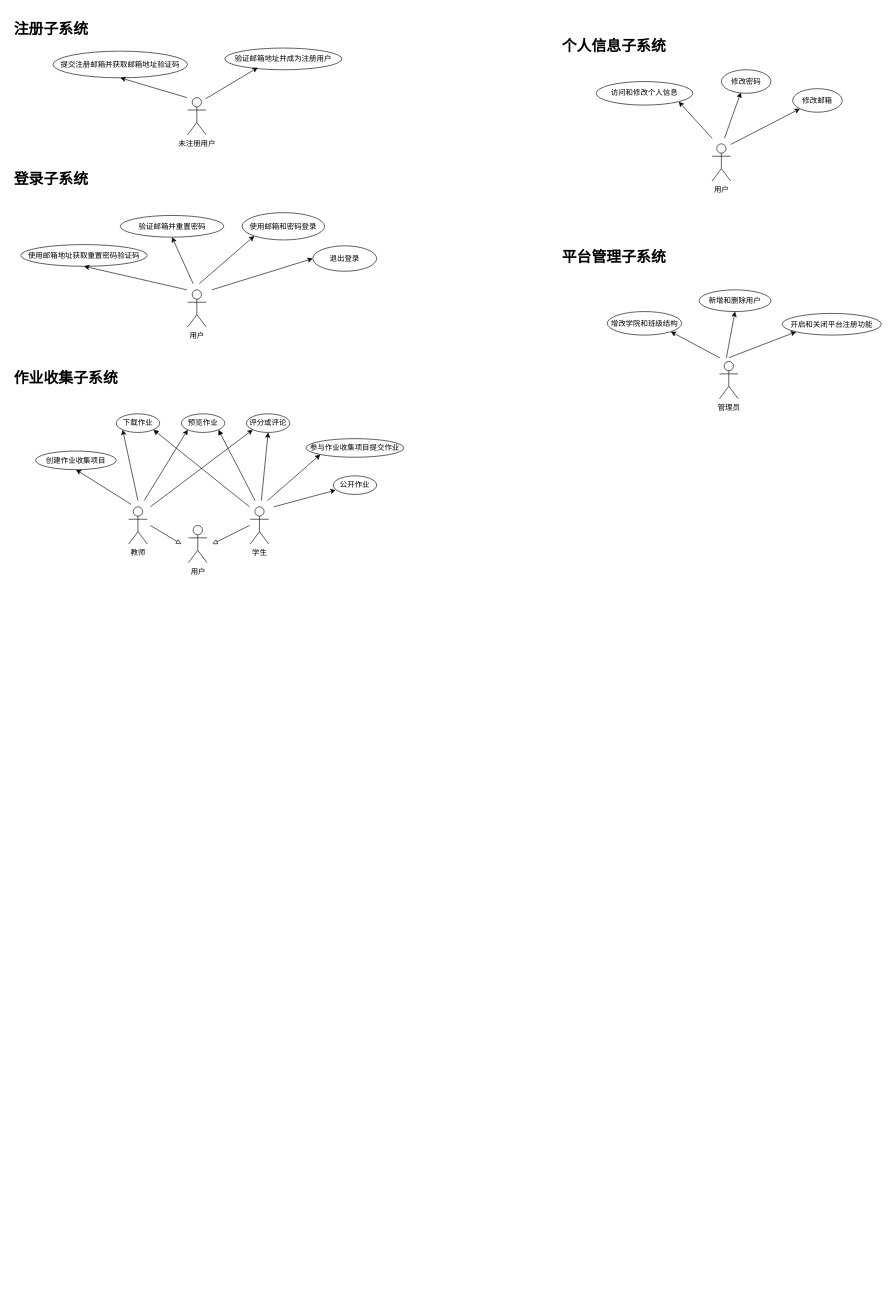
super-dash/paperstack-design keeps this draw.io diagram as page "用例图" (2 of 5) of 需求分析文档/UML图.drawio. Above is the earlier version. Source tidied: cells renumbered, new cells numbered last; positions are measured from the earlier drawing's top-left corner, leaving out a move shared by most shapes. Both pictures are drawn from the tidied source at 62%, with x=0, y=0 at pixel (11, 17).
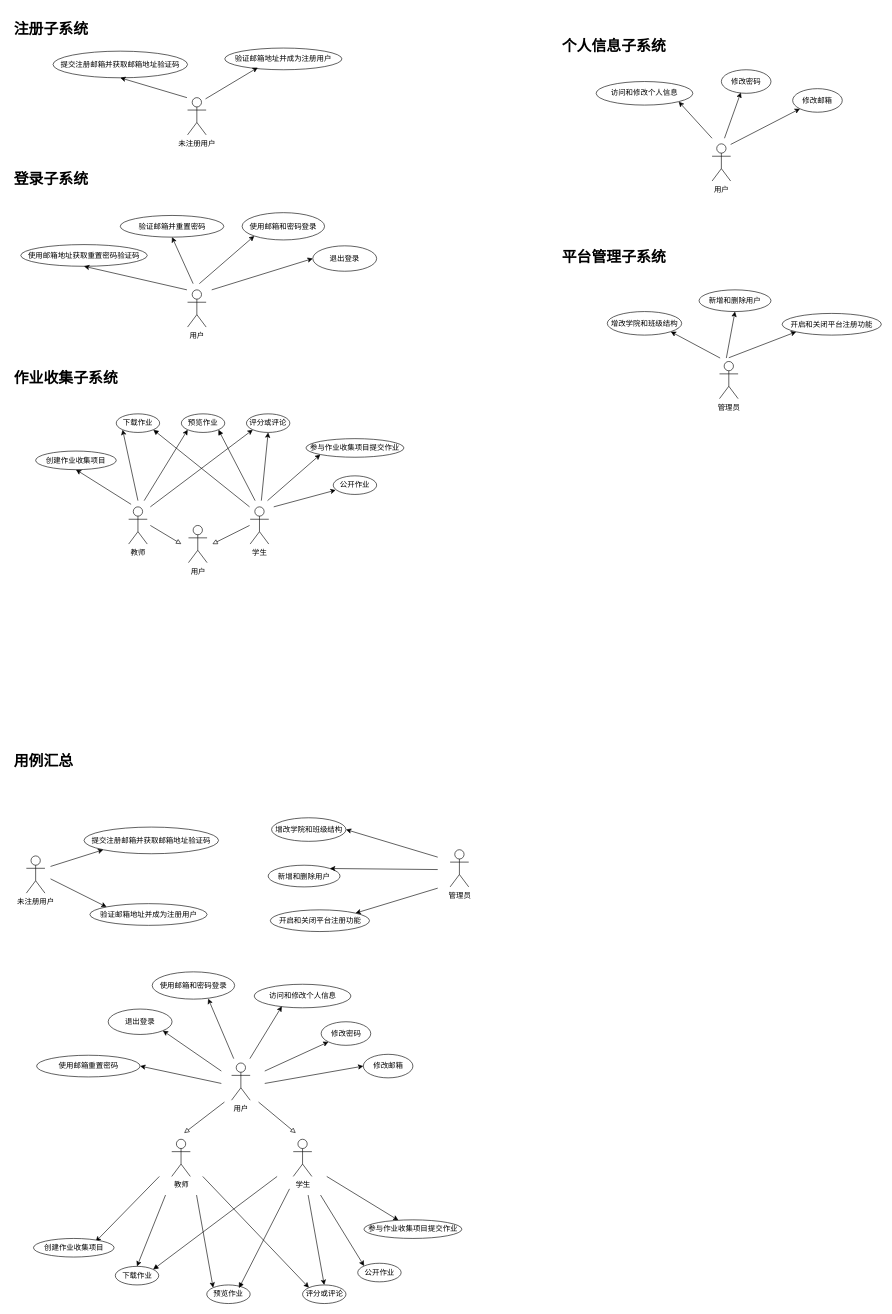
Above is the later version.

Commit message:
新增用例汇总

The edit, as a diff of the source:
```diff
@@
+    <mxCell id="55" value="&lt;h1&gt;用例汇总&lt;/h1&gt;" style="text;html=1;strokeColor=none;fillColor=none;spacing=5;spacingTop=-20;whiteSpace=wrap;overflow=hidden;rounded=0;" parent="1" vertex="1">
+      <mxGeometry y="1180" width="190" height="46" as="geometry" />
+    </mxCell>
+    <mxCell id="56" value="未注册用户" style="shape=umlActor;verticalLabelPosition=bottom;labelBackgroundColor=#ffffff;verticalAlign=top;html=1;" parent="1" vertex="1">
+      <mxGeometry x="25" y="1353" width="30" height="60" as="geometry" />
+    </mxCell>
+    <mxCell id="57" value="提交注册邮箱并获取邮箱地址验证码" style="ellipse;whiteSpace=wrap;html=1;" parent="1" vertex="1">
+      <mxGeometry x="118" y="1306.5" width="217" height="43" as="geometry" />
+    </mxCell>
+    <mxCell id="58" style="endArrow=classic;endSize=6;html=1;endFill=1;entryX=0;entryY=1;entryDx=0;entryDy=0;" parent="1" edge="1" target="57">
+      <mxGeometry x="0.08" y="-15" relative="1" as="geometry">
+        <mxPoint x="64" y="1370" as="sourcePoint" />
+      </mxGeometry>
+    </mxCell>
+    <mxCell id="59" value="验证邮箱地址并成为注册用户" style="ellipse;whiteSpace=wrap;html=1;align=center;" parent="1" vertex="1">
+      <mxGeometry x="127.5" y="1430" width="189" height="35" as="geometry" />
+    </mxCell>
+    <mxCell id="60" style="endArrow=classic;endSize=6;html=1;endFill=1;entryX=0;entryY=0;entryDx=0;entryDy=0;" parent="1" edge="1" target="59">
+      <mxGeometry x="0.08" y="-15" relative="1" as="geometry">
+        <mxPoint x="64" y="1390" as="sourcePoint" />
+      </mxGeometry>
+    </mxCell>
+    <mxCell id="61" style="rounded=0;jettySize=auto;html=1;entryX=0.679;entryY=0.984;entryDx=0;entryDy=0;endArrow=classic;endFill=1;entryPerimeter=0;" parent="1" edge="1" target="62">
+      <mxGeometry relative="1" as="geometry">
+        <mxPoint x="359.5" y="1680" as="sourcePoint" />
+      </mxGeometry>
+    </mxCell>
+    <mxCell id="62" value="使用邮箱和密码登录" style="ellipse;whiteSpace=wrap;html=1;" parent="1" vertex="1">
+      <mxGeometry x="228" y="1540" width="133" height="44" as="geometry" />
+    </mxCell>
+    <mxCell id="63" value="使用邮箱重置密码" style="ellipse;whiteSpace=wrap;html=1;" parent="1" vertex="1">
+      <mxGeometry x="41.5" y="1674.5" width="167" height="35" as="geometry" />
+    </mxCell>
+    <mxCell id="64" style="rounded=0;jettySize=auto;html=1;entryX=1;entryY=0.5;entryDx=0;entryDy=0;endArrow=classic;endFill=1;" parent="1" edge="1" target="63">
+      <mxGeometry relative="1" as="geometry">
+        <mxPoint x="339.5" y="1720" as="sourcePoint" />
+      </mxGeometry>
+    </mxCell>
+    <mxCell id="65" value="退出登录" style="ellipse;whiteSpace=wrap;html=1;" parent="1" vertex="1">
+      <mxGeometry x="157" y="1600" width="103" height="41" as="geometry" />
+    </mxCell>
+    <mxCell id="66" style="rounded=0;jettySize=auto;html=1;entryX=1;entryY=1;entryDx=0;entryDy=0;endArrow=classic;endFill=1;" parent="1" edge="1" target="65">
+      <mxGeometry relative="1" as="geometry">
+        <mxPoint x="339.5" y="1700" as="sourcePoint" />
+      </mxGeometry>
+    </mxCell>
+    <mxCell id="67" value="访问和修改个人信息" style="ellipse;whiteSpace=wrap;html=1;" parent="1" vertex="1">
+      <mxGeometry x="392.5" y="1560" width="156" height="38" as="geometry" />
+    </mxCell>
+    <mxCell id="68" style="endArrow=classic;html=1;entryX=0.286;entryY=0.936;entryDx=0;entryDy=0;entryPerimeter=0;" parent="1" edge="1" target="67">
+      <mxGeometry relative="1" as="geometry">
+        <mxPoint x="385.5" y="1680" as="sourcePoint" />
+      </mxGeometry>
+    </mxCell>
+    <mxCell id="69" value="修改密码" style="ellipse;whiteSpace=wrap;html=1;" parent="1" vertex="1">
+      <mxGeometry x="500.5" y="1620.5" width="80" height="38" as="geometry" />
+    </mxCell>
+    <mxCell id="70" style="endArrow=classic;html=1;entryX=0;entryY=1;entryDx=0;entryDy=0;" parent="1" edge="1" target="69">
+      <mxGeometry relative="1" as="geometry">
+        <mxPoint x="409.5" y="1700" as="sourcePoint" />
+      </mxGeometry>
+    </mxCell>
+    <mxCell id="71" value="修改邮箱" style="ellipse;whiteSpace=wrap;html=1;" parent="1" vertex="1">
+      <mxGeometry x="568.5" y="1673" width="80" height="38" as="geometry" />
+    </mxCell>
+    <mxCell id="72" style="endArrow=classic;html=1;entryX=0;entryY=0.5;entryDx=0;entryDy=0;" parent="1" edge="1" target="71">
+      <mxGeometry relative="1" as="geometry">
+        <mxPoint x="409.5" y="1720" as="sourcePoint" />
+      </mxGeometry>
+    </mxCell>
+    <mxCell id="73" style="rounded=0;jettySize=auto;html=1;entryX=1;entryY=0;entryDx=0;entryDy=0;" parent="1" edge="1" target="77">
+      <mxGeometry relative="1" as="geometry">
+        <mxPoint x="688.5" y="1405" as="sourcePoint" />
+      </mxGeometry>
+    </mxCell>
+    <mxCell id="74" value="管理员" style="shape=umlActor;verticalLabelPosition=bottom;labelBackgroundColor=#ffffff;verticalAlign=top;html=1;" parent="1" vertex="1">
+      <mxGeometry x="708.5" y="1343" width="30" height="60" as="geometry" />
+    </mxCell>
+    <mxCell id="75" value="新增和删除用户" style="ellipse;whiteSpace=wrap;html=1;" parent="1" vertex="1">
+      <mxGeometry x="415" y="1368" width="116" height="35" as="geometry" />
+    </mxCell>
+    <mxCell id="76" style="endArrow=classic;html=1;entryX=1;entryY=0;entryDx=0;entryDy=0;" parent="1" edge="1" target="75">
+      <mxGeometry relative="1" as="geometry">
+        <mxPoint x="688.5" y="1375" as="sourcePoint" />
+      </mxGeometry>
+    </mxCell>
+    <mxCell id="77" value="开启和关闭平台注册功能" style="ellipse;whiteSpace=wrap;html=1;" parent="1" vertex="1">
+      <mxGeometry x="418.5" y="1440" width="160" height="35" as="geometry" />
+    </mxCell>
+    <mxCell id="78" style="endArrow=classic;html=1;entryX=1;entryY=0.5;entryDx=0;entryDy=0;" parent="1" edge="1" target="79">
+      <mxGeometry relative="1" as="geometry">
+        <mxPoint x="688.5" y="1355" as="sourcePoint" />
+      </mxGeometry>
+    </mxCell>
+    <mxCell id="79" value="增改学院和班级结构" style="ellipse;whiteSpace=wrap;html=1;" parent="1" vertex="1">
+      <mxGeometry x="420.5" y="1291.5" width="120" height="38" as="geometry" />
+    </mxCell>
+    <mxCell id="80" style="rounded=0;jettySize=auto;html=1;entryX=0;entryY=0;entryDx=0;entryDy=0;" parent="1" edge="1" target="91">
+      <mxGeometry relative="1" as="geometry">
+        <mxPoint x="309.5" y="1870" as="sourcePoint" />
+      </mxGeometry>
+    </mxCell>
+    <mxCell id="81" style="edgeStyle=none;rounded=0;jettySize=auto;html=1;entryX=0.772;entryY=0.167;entryDx=0;entryDy=0;entryPerimeter=0;" parent="1" edge="1" target="89">
+      <mxGeometry relative="1" as="geometry">
+        <mxPoint x="239.5" y="1870" as="sourcePoint" />
+      </mxGeometry>
+    </mxCell>
+    <mxCell id="82" style="edgeStyle=none;rounded=0;jettySize=auto;html=1;entryX=0;entryY=0;entryDx=0;entryDy=0;" parent="1" edge="1" target="92">
+      <mxGeometry relative="1" as="geometry">
+        <mxPoint x="299.5" y="1900" as="sourcePoint" />
+      </mxGeometry>
+    </mxCell>
+    <mxCell id="83" style="edgeStyle=none;rounded=0;jettySize=auto;html=1;entryX=0.5;entryY=0;entryDx=0;entryDy=0;" parent="1" edge="1" target="93">
+      <mxGeometry relative="1" as="geometry">
+        <mxPoint x="249.5" y="1900" as="sourcePoint" />
+      </mxGeometry>
+    </mxCell>
+    <mxCell id="84" value="教师" style="shape=umlActor;verticalLabelPosition=bottom;labelBackgroundColor=#ffffff;verticalAlign=top;html=1;" parent="1" vertex="1">
+      <mxGeometry x="259.5" y="1810" width="30" height="60" as="geometry" />
+    </mxCell>
+    <mxCell id="85" style="edgeStyle=none;rounded=0;jettySize=auto;html=1;entryX=0.5;entryY=0;entryDx=0;entryDy=0;" parent="1" edge="1" target="91">
+      <mxGeometry relative="1" as="geometry">
+        <mxPoint x="479.5" y="1900" as="sourcePoint" />
+      </mxGeometry>
+    </mxCell>
+    <mxCell id="86" style="edgeStyle=none;rounded=0;jettySize=auto;html=1;" parent="1" edge="1" target="90">
+      <mxGeometry relative="1" as="geometry">
+        <mxPoint x="509.5" y="1870" as="sourcePoint" />
+      </mxGeometry>
+    </mxCell>
+    <mxCell id="87" style="edgeStyle=none;rounded=0;jettySize=auto;html=1;entryX=0;entryY=0;entryDx=0;entryDy=0;" parent="1" edge="1" target="94">
+      <mxGeometry relative="1" as="geometry">
+        <mxPoint x="499.5" y="1900" as="sourcePoint" />
+      </mxGeometry>
+    </mxCell>
+    <mxCell id="88" value="学生" style="shape=umlActor;verticalLabelPosition=bottom;labelBackgroundColor=#ffffff;verticalAlign=top;html=1;" parent="1" vertex="1">
+      <mxGeometry x="455.5" y="1810" width="30" height="60" as="geometry" />
+    </mxCell>
+    <mxCell id="89" value="创建作业收集项目" style="ellipse;whiteSpace=wrap;html=1;" parent="1" vertex="1">
+      <mxGeometry x="36.5" y="1970" width="130" height="30" as="geometry" />
+    </mxCell>
+    <mxCell id="90" value="参与作业收集项目提交作业" style="ellipse;whiteSpace=wrap;html=1;" parent="1" vertex="1">
+      <mxGeometry x="569.5" y="1940" width="158" height="30" as="geometry" />
+    </mxCell>
+    <mxCell id="91" value="评分或评论" style="ellipse;whiteSpace=wrap;html=1;" parent="1" vertex="1">
+      <mxGeometry x="470.5" y="2045" width="70" height="30" as="geometry" />
+    </mxCell>
+    <mxCell id="92" value="预览作业" style="ellipse;whiteSpace=wrap;html=1;" parent="1" vertex="1">
+      <mxGeometry x="316" y="2045" width="70" height="30" as="geometry" />
+    </mxCell>
+    <mxCell id="93" value="下载作业" style="ellipse;whiteSpace=wrap;html=1;" parent="1" vertex="1">
+      <mxGeometry x="168.5" y="2015" width="70" height="30" as="geometry" />
+    </mxCell>
+    <mxCell id="94" value="公开作业" style="ellipse;whiteSpace=wrap;html=1;" parent="1" vertex="1">
+      <mxGeometry x="559.5" y="2010" width="70" height="30" as="geometry" />
+    </mxCell>
+    <mxCell id="95" value="用户" style="shape=umlActor;verticalLabelPosition=bottom;labelBackgroundColor=#ffffff;verticalAlign=top;html=1;" parent="1" vertex="1">
+      <mxGeometry x="356" y="1687" width="30" height="60" as="geometry" />
+    </mxCell>
+    <mxCell id="96" style="endArrow=block;html=1;endFill=0;" parent="1" edge="1">
+      <mxGeometry relative="1" as="geometry">
+        <mxPoint x="344.5" y="1750" as="sourcePoint" />
+        <mxPoint x="279.5" y="1800" as="targetPoint" />
+      </mxGeometry>
+    </mxCell>
+    <mxCell id="97" style="endArrow=block;html=1;endFill=0;" parent="1" edge="1">
+      <mxGeometry relative="1" as="geometry">
+        <mxPoint x="399.5" y="1750" as="sourcePoint" />
+        <mxPoint x="459.5" y="1800" as="targetPoint" />
+      </mxGeometry>
+    </mxCell>
+    <mxCell id="98" style="html=1;verticalAlign=bottom;endArrow=block;" parent="1" edge="1">
+      <mxGeometry relative="1" as="geometry">
+        <mxPoint x="429.5" y="1870" as="sourcePoint" />
+        <mxPoint x="229.5" y="2020" as="targetPoint" />
+      </mxGeometry>
+    </mxCell>
+    <mxCell id="99" style="html=1;verticalAlign=bottom;endArrow=block;entryX=0.742;entryY=0.168;entryDx=0;entryDy=0;entryPerimeter=0;" parent="1" edge="1" target="92">
+      <mxGeometry relative="1" as="geometry">
+        <mxPoint x="449.5" y="1890" as="sourcePoint" />
+      </mxGeometry>
+    </mxCell>
```
